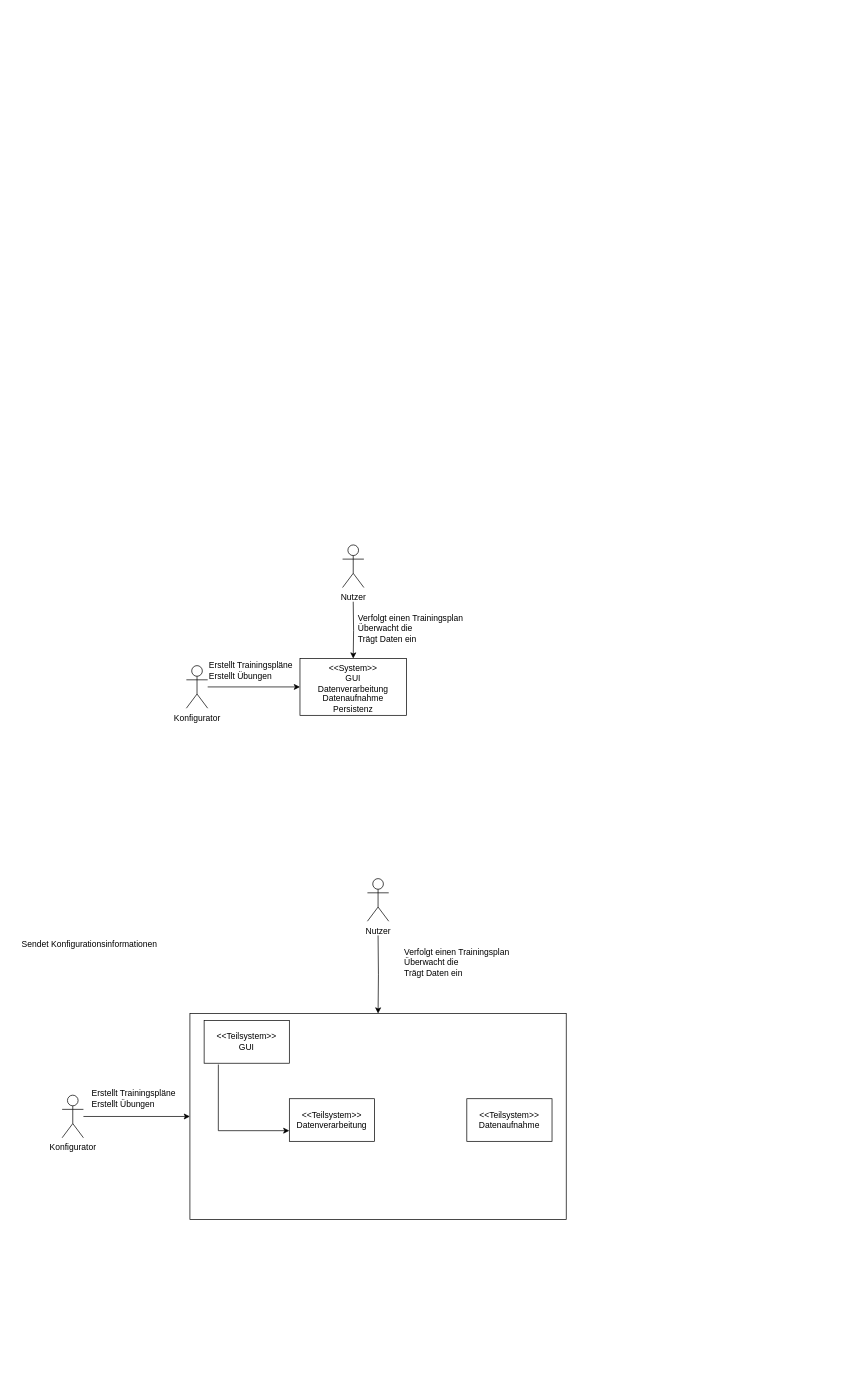
Earlier version of the draw.io diagram doc/Unbenanntes Diagramm.drawio (babasler/training-recording-device). Source tidied: cells renumbered, new cells numbered last; positions are measured from the earlier drawing's top-left corner, leaving out a move shared by most shapes. Both pictures are drawn from the tidied source at 71%, with x=0, y=0 at pixel (12, 545).
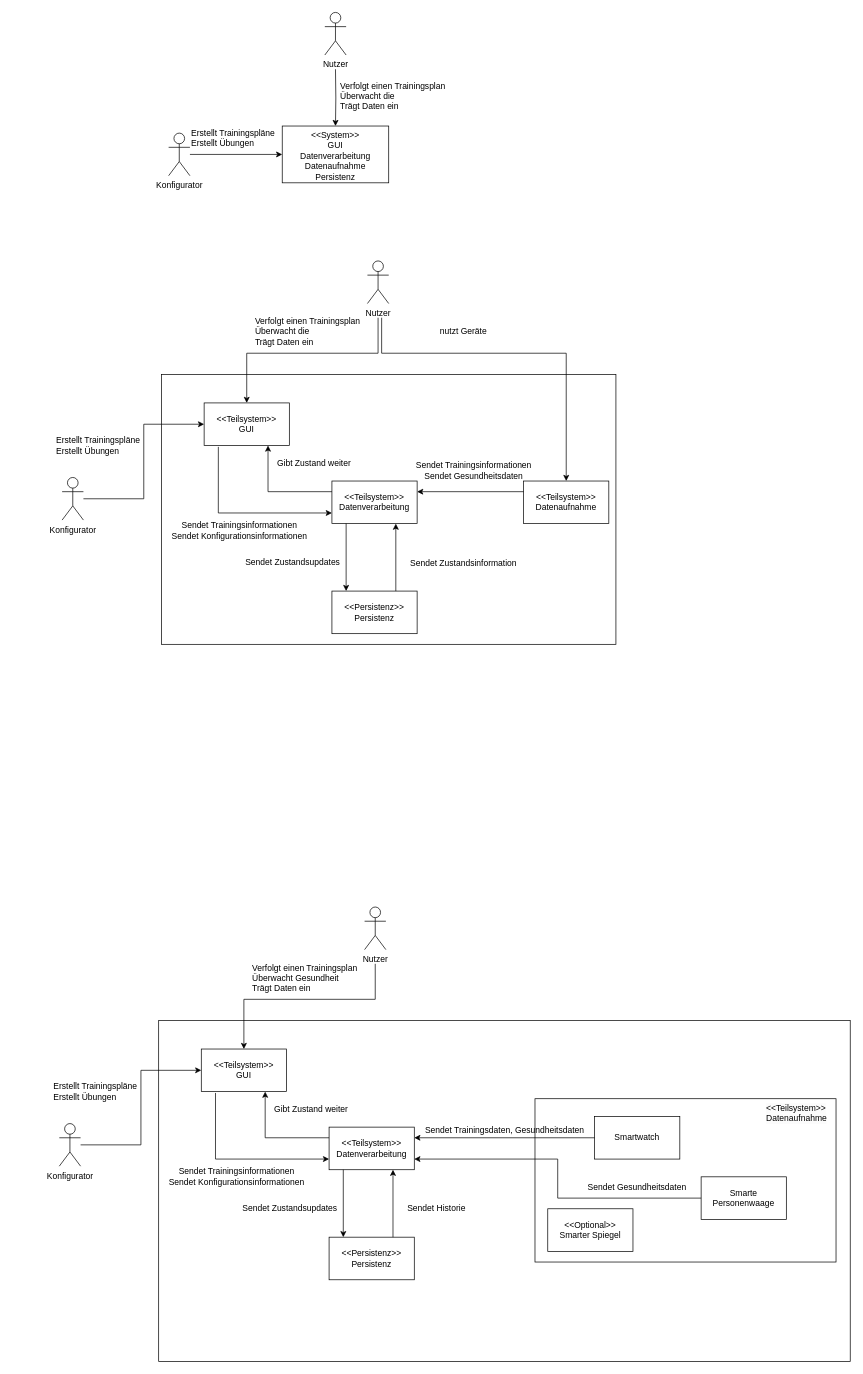
Above is the later version.

Diff of the diagram source:
```diff
@@
-    <mxCell id="2" style="edgeStyle=orthogonalEdgeStyle;rounded=0;jettySize=auto;html=1;" parent="1" edge="1" target="4">
+    <mxCell id="2" style="edgeStyle=orthogonalEdgeStyle;rounded=0;jettySize=auto;html=1;entryX=0.5;entryY=0;entryDx=0;entryDy=0;" parent="1" edge="1" target="9">
       <mxGeometry relative="1" as="geometry">
-        <mxPoint x="515" y="550" as="sourcePoint" />
+        <mxPoint x="515" y="-320" as="sourcePoint" />
+        <Array as="points">
+          <mxPoint x="515" y="-270" />
+          <mxPoint x="330" y="-270" />
+        </Array>
       </mxGeometry>
     </mxCell>
     <mxCell id="3" value="Nutzer" style="shape=umlActor;verticalLabelPosition=bottom;verticalAlign=top;html=1;" parent="1" vertex="1">
-      <mxGeometry x="500" y="470" width="30" height="60" as="geometry" />
+      <mxGeometry x="500" y="-400" width="30" height="60" as="geometry" />
     </mxCell>
     <mxCell id="4" style="whiteSpace=wrap;html=1;verticalAlign=top;fillColor=none;" parent="1" vertex="1">
-      <mxGeometry x="250" y="660" width="530" height="290" as="geometry" />
+      <mxGeometry x="210" y="-240" width="640" height="380" as="geometry" />
     </mxCell>
-    <mxCell id="5" style="edgeStyle=orthogonalEdgeStyle;rounded=0;jettySize=auto;html=1;" parent="1" edge="1" source="6" target="4">
+    <mxCell id="5" style="edgeStyle=orthogonalEdgeStyle;rounded=0;jettySize=auto;html=1;entryX=0;entryY=0.5;entryDx=0;entryDy=0;" parent="1" edge="1" source="6" target="9">
       <mxGeometry relative="1" as="geometry" />
     </mxCell>
     <mxCell id="6" value="Konfigurator" style="shape=umlActor;verticalLabelPosition=bottom;verticalAlign=top;html=1;outlineConnect=0;" parent="1" vertex="1">
-      <mxGeometry x="70" y="775" width="30" height="60" as="geometry" />
+      <mxGeometry x="70" y="-95" width="30" height="60" as="geometry" />
     </mxCell>
     <mxCell id="7" value="Verfolgt einen Trainingsplan&lt;div&gt;Überwacht die&amp;nbsp;&amp;nbsp;&lt;/div&gt;&lt;div&gt;Trägt Daten ein&lt;/div&gt;" style="text;html=1;align=left;verticalAlign=middle;strokeColor=none;fillColor=none;" parent="1" vertex="1">
-      <mxGeometry x="550" y="558" width="170" height="60" as="geometry" />
+      <mxGeometry x="340" y="-330" width="170" height="60" as="geometry" />
     </mxCell>
     <mxCell id="8" value="Erstellt Trainingspläne&lt;div&gt;Erstellt Übungen&lt;/div&gt;" style="text;html=1;align=left;verticalAlign=middle;strokeColor=none;fillColor=none;" parent="1" vertex="1">
-      <mxGeometry x="110" y="760" width="140" height="40" as="geometry" />
+      <mxGeometry x="60" y="-160" width="140" height="40" as="geometry" />
     </mxCell>
     <mxCell id="9" value="&amp;lt;&amp;lt;Teilsystem&amp;gt;&amp;gt;&lt;div&gt;GUI&lt;/div&gt;" style="rounded=0;whiteSpace=wrap;html=1;" parent="1" vertex="1">
-      <mxGeometry x="270" y="670" width="120" height="60" as="geometry" />
+      <mxGeometry x="270" y="-200" width="120" height="60" as="geometry" />
     </mxCell>
+    <mxCell id="21" style="edgeStyle=orthogonalEdgeStyle;rounded=0;orthogonalLoop=1;jettySize=auto;html=1;" parent="1" edge="1">
+      <mxGeometry relative="1" as="geometry">
+        <mxPoint x="470" y="-30" as="sourcePoint" />
+        <mxPoint x="470" y="65" as="targetPoint" />
+        <Array as="points">
+          <mxPoint x="470" y="-60" />
+          <mxPoint x="470" y="95" />
+        </Array>
+      </mxGeometry>
+    </mxCell>
     <mxCell id="10" value="&amp;lt;&amp;lt;Teilsystem&amp;gt;&amp;gt;&lt;div&gt;Datenverarbeitung&lt;/div&gt;" style="rounded=0;whiteSpace=wrap;html=1;" parent="1" vertex="1">
-      <mxGeometry x="390" y="780" width="120" height="60" as="geometry" />
+      <mxGeometry x="450" y="-90" width="120" height="60" as="geometry" />
     </mxCell>
     <mxCell id="11" value="&amp;lt;&amp;lt;Teilsystem&amp;gt;&amp;gt;&lt;div&gt;Datenaufnahme&lt;/div&gt;" style="rounded=0;whiteSpace=wrap;html=1;" parent="1" vertex="1">
-      <mxGeometry x="640" y="780" width="120" height="60" as="geometry" />
+      <mxGeometry x="720" y="-90" width="120" height="60" as="geometry" />
     </mxCell>
     <mxCell id="12" style="endArrow=classic;html=1;rounded=0;exitX=0.167;exitY=1.031;exitDx=0;exitDy=0;exitPerimeter=0;entryX=0;entryY=0.75;entryDx=0;entryDy=0;edgeStyle=orthogonalEdgeStyle;" parent="1" edge="1" source="9" target="10">
-      <mxGeometry relative="1" as="geometry" />
+      <mxGeometry relative="1" as="geometry">
+        <Array as="points">
+          <mxPoint x="290" y="-45" />
+        </Array>
+      </mxGeometry>
     </mxCell>
-    <mxCell id="13" value="Sendet Konfigurationsinformationen&amp;nbsp;" style="text;html=1;align=center;verticalAlign=middle;strokeColor=none;fillColor=none;" parent="1" vertex="1">
-      <mxGeometry y="548" width="220" height="30" as="geometry" />
-    </mxCell>
     <mxCell id="14" style="edgeStyle=orthogonalEdgeStyle;rounded=0;jettySize=auto;html=1;" parent="1" edge="1" target="16">
       <mxGeometry relative="1" as="geometry">
-        <mxPoint x="480" y="80" as="sourcePoint" />
+        <mxPoint x="455" y="-670" as="sourcePoint" />
       </mxGeometry>
     </mxCell>
     <mxCell id="15" value="Nutzer" style="shape=umlActor;verticalLabelPosition=bottom;verticalAlign=top;html=1;" parent="1" vertex="1">
-      <mxGeometry x="465" width="30" height="60" as="geometry" />
+      <mxGeometry x="440" y="-750" width="30" height="60" as="geometry" />
     </mxCell>
     <mxCell id="16" value="&amp;lt;&amp;lt;System&amp;gt;&amp;gt;&lt;div&gt;GUI&lt;/div&gt;&lt;div&gt;Datenverarbeitung&lt;/div&gt;&lt;div&gt;Datenaufnahme&lt;/div&gt;&lt;div&gt;Persistenz&lt;/div&gt;" style="whiteSpace=wrap;html=1;verticalAlign=top;" parent="1" vertex="1">
-      <mxGeometry x="405" y="160" width="150" height="80" as="geometry" />
+      <mxGeometry x="380" y="-590" width="150" height="80" as="geometry" />
     </mxCell>
@@
     <mxCell id="18" value="Konfigurator" style="shape=umlActor;verticalLabelPosition=bottom;verticalAlign=top;html=1;outlineConnect=0;" parent="1" vertex="1">
-      <mxGeometry x="245" y="170" width="30" height="60" as="geometry" />
+      <mxGeometry x="220" y="-580" width="30" height="60" as="geometry" />
     </mxCell>
     <mxCell id="19" value="Verfolgt einen Trainingsplan&lt;div&gt;Überwacht die&amp;nbsp;&amp;nbsp;&lt;/div&gt;&lt;div&gt;Trägt Daten ein&lt;/div&gt;" style="text;html=1;align=left;verticalAlign=middle;strokeColor=none;fillColor=none;" parent="1" vertex="1">
-      <mxGeometry x="485" y="88" width="170" height="60" as="geometry" />
+      <mxGeometry x="460" y="-662" width="170" height="60" as="geometry" />
     </mxCell>
     <mxCell id="20" value="Erstellt Trainingspläne&lt;div&gt;Erstellt Übungen&lt;/div&gt;" style="text;html=1;align=left;verticalAlign=middle;strokeColor=none;fillColor=none;" parent="1" vertex="1">
-      <mxGeometry x="275" y="157" width="140" height="40" as="geometry" />
+      <mxGeometry x="250" y="-593" width="140" height="40" as="geometry" />
     </mxCell>
+    <mxCell id="22" style="endArrow=classic;html=1;rounded=0;exitX=0;exitY=0.25;exitDx=0;exitDy=0;entryX=0.75;entryY=1;entryDx=0;entryDy=0;edgeStyle=orthogonalEdgeStyle;" parent="1" edge="1" source="10" target="9">
+      <mxGeometry relative="1" as="geometry" />
+    </mxCell>
+    <mxCell id="23" value="&lt;div&gt;&amp;lt;&amp;lt;Persistenz&amp;gt;&amp;gt;&lt;/div&gt;Persistenz" style="rounded=0;whiteSpace=wrap;html=1;" parent="1" vertex="1">
+      <mxGeometry x="450" y="65" width="120" height="60" as="geometry" />
+    </mxCell>
+    <mxCell id="24" style="endArrow=classic;html=1;rounded=0;exitX=0;exitY=0.25;exitDx=0;exitDy=0;entryX=1;entryY=0.25;entryDx=0;entryDy=0;" parent="1" edge="1" source="11" target="10">
+      <mxGeometry relative="1" as="geometry" />
+    </mxCell>
+    <mxCell id="25" style="endArrow=classic;html=1;rounded=0;entryX=0.5;entryY=0;entryDx=0;entryDy=0;edgeStyle=orthogonalEdgeStyle;" parent="1" edge="1" target="11">
+      <mxGeometry relative="1" as="geometry">
+        <mxPoint x="520" y="-320" as="sourcePoint" />
+        <Array as="points">
+          <mxPoint x="520" y="-270" />
+          <mxPoint x="780" y="-270" />
+        </Array>
+      </mxGeometry>
+    </mxCell>
+    <mxCell id="26" value="nutzt Geräte" style="text;html=1;align=center;verticalAlign=middle;strokeColor=none;fillColor=none;" parent="1" vertex="1">
+      <mxGeometry x="590" y="-315" width="90" height="30" as="geometry" />
+    </mxCell>
+    <mxCell id="27" value="Sendet Trainingsinformationen&lt;div&gt;Sendet Gesundheitsdaten&lt;/div&gt;" style="text;html=1;align=center;verticalAlign=middle;whiteSpace=wrap;rounded=0;" parent="1" vertex="1">
+      <mxGeometry x="560" y="-130" width="180" height="50" as="geometry" />
+    </mxCell>
+    <mxCell id="28" style="endArrow=classic;html=1;rounded=0;exitX=0.75;exitY=0;exitDx=0;exitDy=0;entryX=0.75;entryY=1;entryDx=0;entryDy=0;" parent="1" edge="1" source="23" target="10">
+      <mxGeometry relative="1" as="geometry" />
+    </mxCell>
+    <mxCell id="29" value="Sendet Trainingsinformationen&lt;div&gt;Sendet Konfigurationsinformationen&lt;/div&gt;" style="text;html=1;align=center;verticalAlign=middle;whiteSpace=wrap;rounded=0;" parent="1" vertex="1">
+      <mxGeometry x="220" y="-40" width="200" height="40" as="geometry" />
+    </mxCell>
+    <mxCell id="30" value="Sendet Zustandsinformation" style="text;html=1;align=center;verticalAlign=middle;whiteSpace=wrap;rounded=0;" parent="1" vertex="1">
+      <mxGeometry x="552.5" y="10" width="165" height="32.5" as="geometry" />
+    </mxCell>
+    <mxCell id="31" value="Gibt Zustand weiter" style="text;html=1;align=center;verticalAlign=middle;whiteSpace=wrap;rounded=0;" parent="1" vertex="1">
+      <mxGeometry x="370" y="-130" width="110" height="30" as="geometry" />
+    </mxCell>
+    <mxCell id="32" value="Sendet Zustandsupdates" style="text;html=1;align=center;verticalAlign=middle;whiteSpace=wrap;rounded=0;" parent="1" vertex="1">
+      <mxGeometry x="325" y="10" width="140" height="30" as="geometry" />
+    </mxCell>
+    <mxCell id="33" style="edgeStyle=orthogonalEdgeStyle;rounded=0;jettySize=auto;html=1;entryX=0.5;entryY=0;entryDx=0;entryDy=0;" parent="1" edge="1" target="40">
+      <mxGeometry relative="1" as="geometry">
+        <mxPoint x="511" y="590" as="sourcePoint" />
+        <Array as="points">
+          <mxPoint x="511" y="640" />
+          <mxPoint x="326" y="640" />
+        </Array>
+      </mxGeometry>
+    </mxCell>
+    <mxCell id="34" value="Nutzer" style="shape=umlActor;verticalLabelPosition=bottom;verticalAlign=top;html=1;" parent="1" vertex="1">
+      <mxGeometry x="496" y="510" width="30" height="60" as="geometry" />
+    </mxCell>
+    <mxCell id="35" style="whiteSpace=wrap;html=1;verticalAlign=top;fillColor=none;" parent="1" vertex="1">
+      <mxGeometry x="206" y="670" width="974" height="480" as="geometry" />
+    </mxCell>
+    <mxCell id="36" style="edgeStyle=orthogonalEdgeStyle;rounded=0;jettySize=auto;html=1;entryX=0;entryY=0.5;entryDx=0;entryDy=0;" parent="1" edge="1" source="37" target="40">
+      <mxGeometry relative="1" as="geometry" />
+    </mxCell>
+    <mxCell id="37" value="Konfigurator" style="shape=umlActor;verticalLabelPosition=bottom;verticalAlign=top;html=1;outlineConnect=0;" parent="1" vertex="1">
+      <mxGeometry x="66" y="815" width="30" height="60" as="geometry" />
+    </mxCell>
+    <mxCell id="38" value="Verfolgt einen Trainingsplan&lt;div&gt;Überwacht Gesundheit&amp;nbsp;&lt;/div&gt;&lt;div&gt;Trägt Daten ein&lt;/div&gt;" style="text;html=1;align=left;verticalAlign=middle;strokeColor=none;fillColor=none;" parent="1" vertex="1">
+      <mxGeometry x="336" y="580" width="170" height="60" as="geometry" />
+    </mxCell>
+    <mxCell id="39" value="Erstellt Trainingspläne&lt;div&gt;Erstellt Übungen&lt;/div&gt;" style="text;html=1;align=left;verticalAlign=middle;strokeColor=none;fillColor=none;" parent="1" vertex="1">
+      <mxGeometry x="56" y="750" width="140" height="40" as="geometry" />
+    </mxCell>
+    <mxCell id="40" value="&amp;lt;&amp;lt;Teilsystem&amp;gt;&amp;gt;&lt;div&gt;GUI&lt;/div&gt;" style="rounded=0;whiteSpace=wrap;html=1;" parent="1" vertex="1">
+      <mxGeometry x="266" y="710" width="120" height="60" as="geometry" />
+    </mxCell>
+    <mxCell id="41" style="edgeStyle=orthogonalEdgeStyle;rounded=0;orthogonalLoop=1;jettySize=auto;html=1;" parent="1" edge="1">
+      <mxGeometry relative="1" as="geometry">
+        <mxPoint x="466" y="880" as="sourcePoint" />
+        <mxPoint x="466" y="975" as="targetPoint" />
+        <Array as="points">
+          <mxPoint x="466" y="850" />
+          <mxPoint x="466" y="1005" />
+        </Array>
+      </mxGeometry>
+    </mxCell>
+    <mxCell id="42" value="&amp;lt;&amp;lt;Teilsystem&amp;gt;&amp;gt;&lt;div&gt;Datenverarbeitung&lt;/div&gt;" style="rounded=0;whiteSpace=wrap;html=1;" parent="1" vertex="1">
+      <mxGeometry x="446" y="820" width="120" height="60" as="geometry" />
+    </mxCell>
+    <mxCell id="43" style="rounded=0;whiteSpace=wrap;html=1;fillColor=none;" parent="1" vertex="1">
+      <mxGeometry x="736" y="780" width="424" height="230" as="geometry" />
+    </mxCell>
+    <mxCell id="44" style="endArrow=classic;html=1;rounded=0;exitX=0.167;exitY=1.031;exitDx=0;exitDy=0;exitPerimeter=0;entryX=0;entryY=0.75;entryDx=0;entryDy=0;edgeStyle=orthogonalEdgeStyle;" parent="1" edge="1" source="40" target="42">
+      <mxGeometry relative="1" as="geometry">
+        <Array as="points">
+          <mxPoint x="286" y="865" />
+        </Array>
+      </mxGeometry>
+    </mxCell>
+    <mxCell id="45" style="endArrow=classic;html=1;rounded=0;exitX=0;exitY=0.25;exitDx=0;exitDy=0;entryX=0.75;entryY=1;entryDx=0;entryDy=0;edgeStyle=orthogonalEdgeStyle;" parent="1" edge="1" source="42" target="40">
+      <mxGeometry relative="1" as="geometry" />
+    </mxCell>
+    <mxCell id="46" value="&lt;div&gt;&amp;lt;&amp;lt;Persistenz&amp;gt;&amp;gt;&lt;/div&gt;Persistenz" style="rounded=0;whiteSpace=wrap;html=1;" parent="1" vertex="1">
+      <mxGeometry x="446" y="975" width="120" height="60" as="geometry" />
+    </mxCell>
+    <mxCell id="47" style="endArrow=classic;html=1;rounded=0;exitX=0.75;exitY=0;exitDx=0;exitDy=0;entryX=0.75;entryY=1;entryDx=0;entryDy=0;" parent="1" edge="1" source="46" target="42">
+      <mxGeometry relative="1" as="geometry" />
+    </mxCell>
+    <mxCell id="48" value="Sendet Trainingsinformationen&lt;div&gt;Sendet Konfigurationsinformationen&lt;/div&gt;" style="text;html=1;align=center;verticalAlign=middle;whiteSpace=wrap;rounded=0;" parent="1" vertex="1">
+      <mxGeometry x="216" y="870" width="200" height="40" as="geometry" />
+    </mxCell>
+    <mxCell id="49" value="Sendet Historie" style="text;html=1;align=center;verticalAlign=middle;whiteSpace=wrap;rounded=0;" parent="1" vertex="1">
+      <mxGeometry x="515" y="918.8" width="165" height="32.5" as="geometry" />
+    </mxCell>
+    <mxCell id="50" value="Gibt Zustand weiter" style="text;html=1;align=center;verticalAlign=middle;whiteSpace=wrap;rounded=0;" parent="1" vertex="1">
+      <mxGeometry x="366" y="780" width="110" height="30" as="geometry" />
+    </mxCell>
+    <mxCell id="51" value="Sendet Zustandsupdates" style="text;html=1;align=center;verticalAlign=middle;whiteSpace=wrap;rounded=0;" parent="1" vertex="1">
+      <mxGeometry x="321" y="920" width="140" height="30" as="geometry" />
+    </mxCell>
+    <mxCell id="52" value="&lt;span style=&quot;color: rgb(0, 0, 0); font-family: Helvetica; font-size: 12px; font-style: normal; font-variant-ligatures: normal; font-variant-caps: normal; font-weight: 400; letter-spacing: normal; orphans: 2; text-align: center; text-indent: 0px; text-transform: none; widows: 2; word-spacing: 0px; -webkit-text-stroke-width: 0px; white-space: normal; background-color: rgb(251, 251, 251); text-decoration-thickness: initial; text-decoration-style: initial; text-decoration-color: initial; display: inline !important; float: none;&quot;&gt;&amp;lt;&amp;lt;Teilsystem&amp;gt;&amp;gt;&lt;/span&gt;&lt;div style=&quot;forced-color-adjust: none; color: rgb(0, 0, 0); font-family: Helvetica; font-size: 12px; font-style: normal; font-variant-ligatures: normal; font-variant-caps: normal; font-weight: 400; letter-spacing: normal; orphans: 2; text-align: center; text-indent: 0px; text-transform: none; widows: 2; word-spacing: 0px; -webkit-text-stroke-width: 0px; white-space: normal; background-color: rgb(251, 251, 251); text-decoration-thickness: initial; text-decoration-style: initial; text-decoration-color: initial;&quot;&gt;Datenaufnahme&lt;/div&gt;" style="text;whiteSpace=wrap;html=1;" parent="1" vertex="1">
+      <mxGeometry x="1060" y="780" width="120" height="50" as="geometry" />
+    </mxCell>
+    <mxCell id="53" value="Smartwatch" style="rounded=0;whiteSpace=wrap;html=1;" parent="1" vertex="1">
+      <mxGeometry x="820" y="805" width="120" height="60" as="geometry" />
+    </mxCell>
+    <mxCell id="54" value="Smarte Personenwaage" style="rounded=0;whiteSpace=wrap;html=1;" parent="1" vertex="1">
+      <mxGeometry x="970" y="890" width="120" height="60" as="geometry" />
+    </mxCell>
+    <mxCell id="55" value="&amp;lt;&amp;lt;Optional&amp;gt;&amp;gt;&lt;div&gt;Smarter Spiegel&lt;/div&gt;" style="rounded=0;whiteSpace=wrap;html=1;" parent="1" vertex="1">
+      <mxGeometry x="754" y="935" width="120" height="60" as="geometry" />
+    </mxCell>
+    <mxCell id="56" style="endArrow=classic;html=1;rounded=0;exitX=0;exitY=0.5;exitDx=0;exitDy=0;entryX=1;entryY=0.75;entryDx=0;entryDy=0;edgeStyle=orthogonalEdgeStyle;" parent="1" edge="1" source="54" target="42">
+      <mxGeometry relative="1" as="geometry" />
+    </mxCell>
+    <mxCell id="57" style="endArrow=classic;html=1;rounded=0;exitX=0;exitY=0.5;exitDx=0;exitDy=0;entryX=1;entryY=0.25;entryDx=0;entryDy=0;" parent="1" edge="1" source="53" target="42">
+      <mxGeometry relative="1" as="geometry" />
+    </mxCell>
+    <mxCell id="58" value="Sendet Trainingsdaten, Gesundheitsdaten" style="text;html=1;align=center;verticalAlign=middle;strokeColor=none;fillColor=none;" parent="1" vertex="1">
+      <mxGeometry x="568" y="810" width="250" height="30" as="geometry" />
+    </mxCell>
+    <mxCell id="59" value="Sendet Gesundheitsdaten" style="text;html=1;align=center;verticalAlign=middle;whiteSpace=wrap;rounded=0;" parent="1" vertex="1">
+      <mxGeometry x="795" y="890" width="170" height="30" as="geometry" />
+    </mxCell>
```
